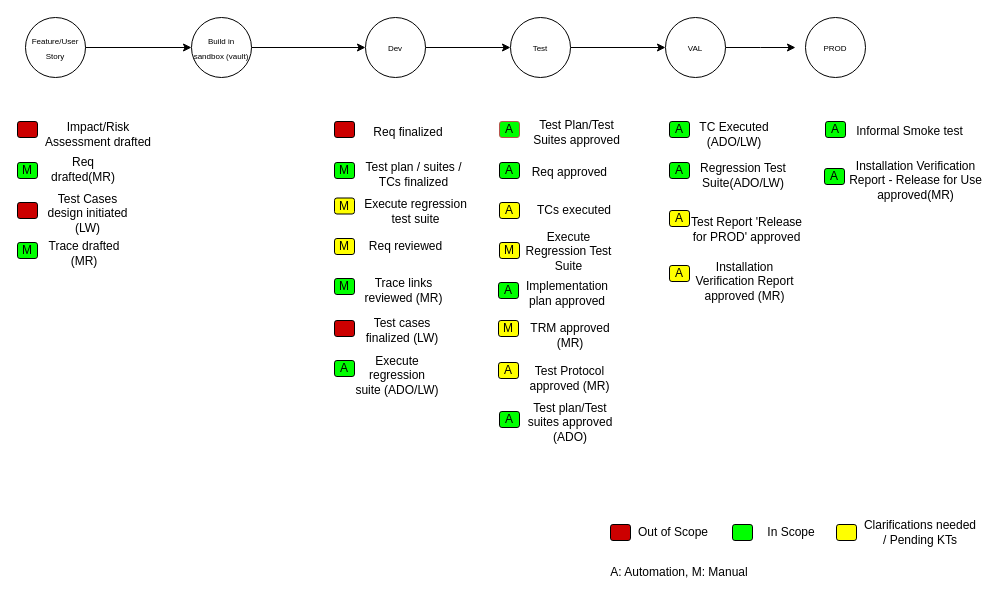
surajnaik90/Architectures-Designs keeps this draw.io diagram as hpalmtoado3.drawio. Above is the earlier version. Source tidied: cells renumbered, new cells numbered last; positions are measured from the earlier drawing's top-left corner, leaving out a move shared by most shapes. Both pictures are drawn from the tidied source at 100%, with x=0, y=0 at pixel (17, 17).
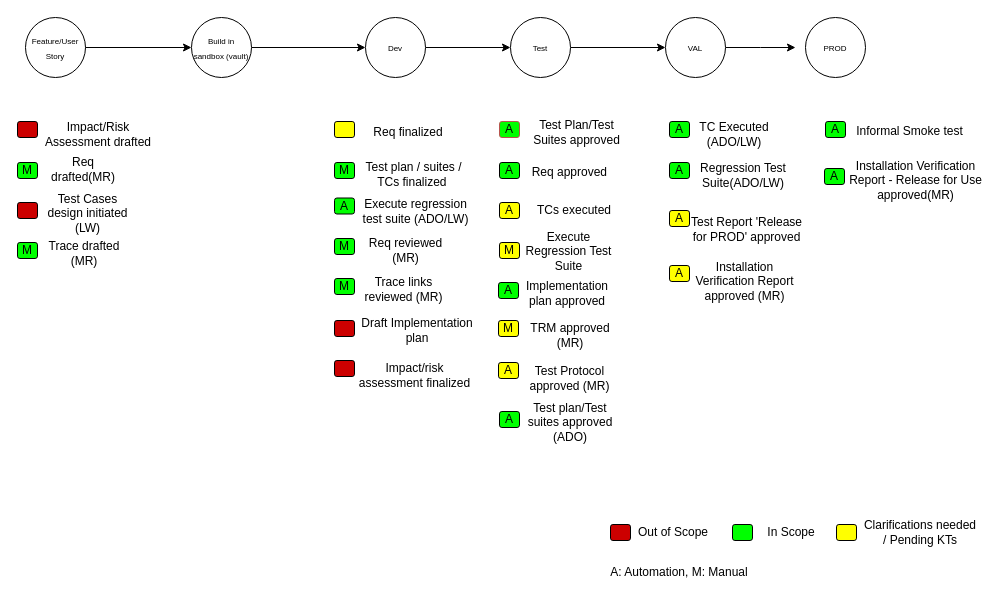
The same page after the edit.

What changed in the source:
```diff
@@
-    <mxCell id="26" value="Test plan / suites / TCs finalized" style="text;html=1;strokeColor=none;fillColor=none;align=center;verticalAlign=middle;whiteSpace=wrap;rounded=0;" parent="1" vertex="1">
+    <mxCell id="26" value="Test plan / suites / TCs finalized&amp;nbsp;" style="text;html=1;strokeColor=none;fillColor=none;align=center;verticalAlign=middle;whiteSpace=wrap;rounded=0;" parent="1" vertex="1">
       <mxGeometry x="343" y="142" width="107" height="30" as="geometry" />
     </mxCell>
-    <mxCell id="27" value="Execute regression test suite" style="text;html=1;strokeColor=none;fillColor=none;align=center;verticalAlign=middle;whiteSpace=wrap;rounded=0;" parent="1" vertex="1">
+    <mxCell id="27" value="Execute regression test suite (ADO/LW)" style="text;html=1;strokeColor=none;fillColor=none;align=center;verticalAlign=middle;whiteSpace=wrap;rounded=0;" parent="1" vertex="1">
       <mxGeometry x="339" y="179" width="119" height="30" as="geometry" />
     </mxCell>
-    <mxCell id="28" value="Req reviewed" style="text;html=1;strokeColor=none;fillColor=none;align=center;verticalAlign=middle;whiteSpace=wrap;rounded=0;" parent="1" vertex="1">
-      <mxGeometry x="345" y="214" width="87" height="30" as="geometry" />
+    <mxCell id="28" value="Req reviewed (MR)" style="text;html=1;strokeColor=none;fillColor=none;align=center;verticalAlign=middle;whiteSpace=wrap;rounded=0;" parent="1" vertex="1">
+      <mxGeometry x="345" y="218" width="87" height="30" as="geometry" />
     </mxCell>
     <mxCell id="29" value="Trace links reviewed (MR)" style="text;html=1;strokeColor=none;fillColor=none;align=center;verticalAlign=middle;whiteSpace=wrap;rounded=0;" parent="1" vertex="1">
-      <mxGeometry x="345" y="258" width="83" height="30" as="geometry" />
+      <mxGeometry x="345" y="257" width="83" height="30" as="geometry" />
     </mxCell>
-    <mxCell id="30" value="Test cases finalized (LW)" style="text;html=1;strokeColor=none;fillColor=none;align=center;verticalAlign=middle;whiteSpace=wrap;rounded=0;" parent="1" vertex="1">
-      <mxGeometry x="342" y="298" width="86" height="30" as="geometry" />
+    <mxCell id="30" value="Draft Implementation plan" style="text;html=1;strokeColor=none;fillColor=none;align=center;verticalAlign=middle;whiteSpace=wrap;rounded=0;" parent="1" vertex="1">
+      <mxGeometry x="342" y="298" width="116" height="30" as="geometry" />
     </mxCell>
-    <mxCell id="31" value="Execute regression suite (ADO/LW)" style="text;html=1;strokeColor=none;fillColor=none;align=center;verticalAlign=middle;whiteSpace=wrap;rounded=0;" parent="1" vertex="1">
-      <mxGeometry x="337" y="343" width="86" height="30" as="geometry" />
+    <mxCell id="31" value="Impact/risk assessment finalized" style="text;html=1;strokeColor=none;fillColor=none;align=center;verticalAlign=middle;whiteSpace=wrap;rounded=0;" parent="1" vertex="1">
+      <mxGeometry x="337" y="343" width="121" height="30" as="geometry" />
     </mxCell>
@@
-    <mxCell id="48" style="rounded=1;whiteSpace=wrap;html=1;fillColor=#CC0000;" parent="1" vertex="1">
+    <mxCell id="48" style="rounded=1;whiteSpace=wrap;html=1;fillColor=#FFFF00;" parent="1" vertex="1">
       <mxGeometry x="317" y="104" width="20" height="16" as="geometry" />
     </mxCell>
@@
-    <mxCell id="50" value="M" style="rounded=1;whiteSpace=wrap;html=1;fillColor=#FFFF00;" parent="1" vertex="1">
+    <mxCell id="50" value="A" style="rounded=1;whiteSpace=wrap;html=1;fillColor=#00FF00;" parent="1" vertex="1">
       <mxGeometry x="317" y="180.5" width="20" height="16" as="geometry" />
     </mxCell>
-    <mxCell id="51" value="M" style="rounded=1;whiteSpace=wrap;html=1;fillColor=#FFFF00;" parent="1" vertex="1">
+    <mxCell id="51" value="M" style="rounded=1;whiteSpace=wrap;html=1;fillColor=#00FF00;" parent="1" vertex="1">
       <mxGeometry x="317" y="221" width="20" height="16" as="geometry" />
     </mxCell>
@@
-    <mxCell id="54" value="A" style="rounded=1;whiteSpace=wrap;html=1;fillColor=#00FF00;" parent="1" vertex="1">
+    <mxCell id="54" style="rounded=1;whiteSpace=wrap;html=1;fillColor=#CC0000;" parent="1" vertex="1">
       <mxGeometry x="317" y="343" width="20" height="16" as="geometry" />
     </mxCell>
```
